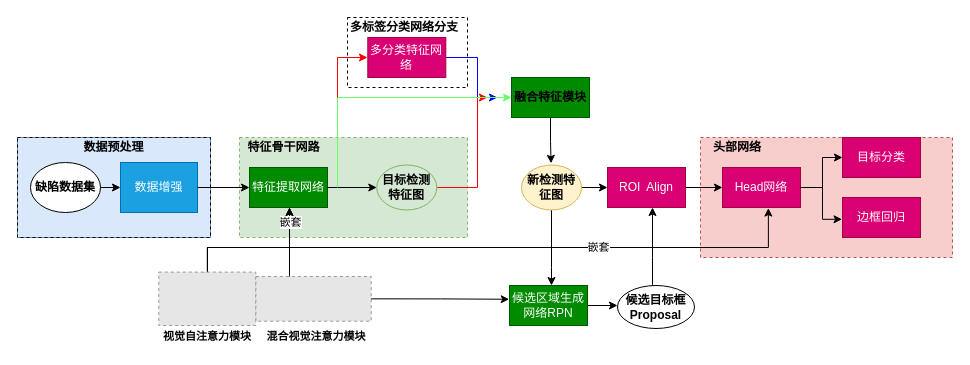
Before: 增加多分类任务的目标检测网络.drawio in paleblackless/diagrams, a draw.io diagram. Source tidied: cells renumbered, new cells numbered last; positions are measured from the earlier drawing's top-left corner, leaving out a move shared by most shapes. Both pictures are drawn from the tidied source at 100%, with x=0, y=0 at pixel (17, 17). Pictures stored in the file or linked from it are replaced by grey dashed boxes.
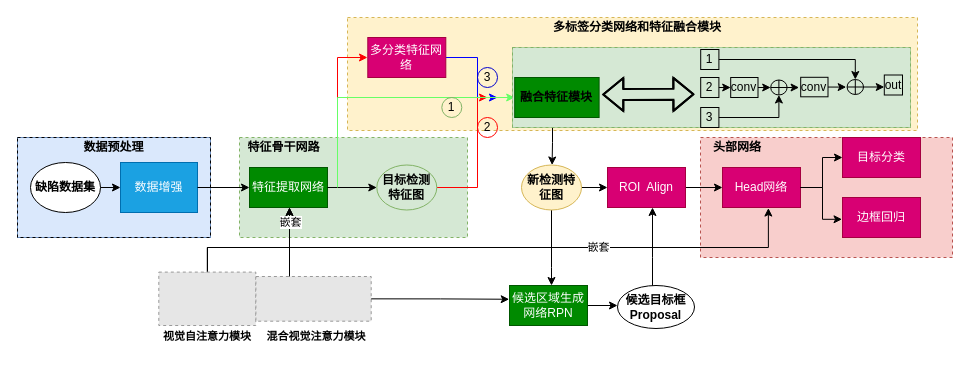
The same diagram, later.

Commit message (it also covers changes not shown here):
更新增加多分类任务的目标检测网络.drawio

The change refers to these unchanged cells:
```xml
<mxCell id="45" value="&lt;b&gt;新检测特征图&lt;/b&gt;" style="ellipse;whiteSpace=wrap;html=1;fillColor=#fff2cc;strokeColor=#d6b656;" parent="1" vertex="1">
  <mxGeometry x="504" y="147.5" width="60" height="45" as="geometry" />
</mxCell>
```

What changed in the source:
```diff
@@
-    <mxCell id="3" style="rounded=0;whiteSpace=wrap;html=1;dashed=1;fillColor=none;" parent="1" vertex="1">
-      <mxGeometry x="330" width="120" height="70" as="geometry" />
+    <mxCell id="3" style="rounded=0;whiteSpace=wrap;html=1;dashed=1;fillColor=#fff2cc;strokeColor=#d6b656;" parent="1" vertex="1">
+      <mxGeometry x="330" width="570" height="113" as="geometry" />
     </mxCell>
-    <mxCell id="4" value="&lt;b&gt;多标签分类网络分支&lt;/b&gt;" style="text;html=1;strokeColor=none;fillColor=none;align=center;verticalAlign=middle;whiteSpace=wrap;rounded=0;dashed=1;" parent="1" vertex="1">
-      <mxGeometry x="330" width="114.3" height="20" as="geometry" />
+    <mxCell id="4" value="&lt;b&gt;多标签分类网络和特征融合模块&lt;/b&gt;" style="text;html=1;strokeColor=none;fillColor=none;align=center;verticalAlign=middle;whiteSpace=wrap;rounded=0;dashed=1;" parent="1" vertex="1">
+      <mxGeometry x="530" width="180" height="20" as="geometry" />
     </mxCell>
@@
-    <mxCell id="46" style="edgeStyle=orthogonalEdgeStyle;rounded=0;jettySize=auto;html=1;exitX=0.5;exitY=1;exitDx=0;exitDy=0;entryX=0.493;entryY=-0.038;entryDx=0;entryDy=0;entryPerimeter=0;" parent="1" edge="1" source="47" target="45">
-      <mxGeometry relative="1" as="geometry" />
+    <mxCell id="46" style="edgeStyle=orthogonalEdgeStyle;rounded=0;jettySize=auto;html=1;exitX=0.512;exitY=1.011;exitDx=0;exitDy=0;entryX=0.493;entryY=-0.038;entryDx=0;entryDy=0;entryPerimeter=0;exitPerimeter=0;" parent="1" edge="1" source="47">
+      <mxGeometry relative="1" as="geometry">
+        <mxPoint x="534.6" y="147.5" as="targetPoint" />
+        <Array as="points">
+          <mxPoint x="535" y="100" />
+          <mxPoint x="535" y="125" />
+          <mxPoint x="535" y="125" />
+        </Array>
+      </mxGeometry>
     </mxCell>
-    <mxCell id="47" value="&lt;b style=&quot;color: rgb(0, 0, 0);&quot;&gt;融合特征模块&lt;/b&gt;" style="rounded=0;whiteSpace=wrap;html=1;fillColor=#008a00;fontColor=#ffffff;strokeColor=#005700;" parent="1" vertex="1">
-      <mxGeometry x="494" y="60" width="78" height="40" as="geometry" />
-    </mxCell>
@@
+    <mxCell id="50" value="1" style="ellipse;whiteSpace=wrap;html=1;fillColor=none;strokeColor=#82b366;" parent="1" vertex="1">
+      <mxGeometry x="424.3" y="80" width="20" height="20" as="geometry" />
+    </mxCell>
+    <mxCell id="51" value="2" style="ellipse;whiteSpace=wrap;html=1;fillColor=none;strokeColor=#FF0000;" parent="1" vertex="1">
+      <mxGeometry x="460" y="100" width="20" height="20" as="geometry" />
+    </mxCell>
+    <mxCell id="52" value="3" style="ellipse;whiteSpace=wrap;html=1;fillColor=none;strokeColor=#0000CC;" parent="1" vertex="1">
+      <mxGeometry x="460" y="50" width="20" height="20" as="geometry" />
+    </mxCell>
+    <mxCell id="53" style="group;fillColor=#d5e8d4;strokeColor=#82b366;" parent="1" vertex="1">
+      <mxGeometry x="495" y="30" width="398" height="80" as="geometry" />
+    </mxCell>
+    <mxCell id="54" style="rounded=0;whiteSpace=wrap;html=1;dashed=1;fillColor=#d5e8d4;strokeColor=#82b366;" parent="53" vertex="1">
+      <mxGeometry width="398" height="80" as="geometry" />
+    </mxCell>
+    <mxCell id="47" value="&lt;b style=&quot;color: rgb(0, 0, 0);&quot;&gt;融合特征模块&lt;/b&gt;" style="rounded=0;whiteSpace=wrap;html=1;fillColor=#008a00;fontColor=#ffffff;strokeColor=#005700;" parent="53" vertex="1">
+      <mxGeometry x="2.2" y="30" width="84.4" height="40" as="geometry" />
+    </mxCell>
+    <mxCell id="55" style="group;" parent="53" vertex="1">
+      <mxGeometry x="188.2" y="2" width="201.8" height="78" as="geometry" />
+    </mxCell>
+    <mxCell id="56" value="2" style="rounded=0;whiteSpace=wrap;html=1;strokeColor=#000000;fillColor=none;" parent="55" vertex="1">
+      <mxGeometry y="28" width="18.2" height="20" as="geometry" />
+    </mxCell>
+    <mxCell id="57" value="1" style="rounded=0;whiteSpace=wrap;html=1;strokeColor=#000000;fillColor=none;" parent="55" vertex="1">
+      <mxGeometry width="18.2" height="20" as="geometry" />
+    </mxCell>
+    <mxCell id="58" value="3" style="rounded=0;whiteSpace=wrap;html=1;strokeColor=#000000;fillColor=none;" parent="55" vertex="1">
+      <mxGeometry y="58" width="18.2" height="20" as="geometry" />
+    </mxCell>
+    <mxCell id="59" style="verticalLabelPosition=bottom;verticalAlign=top;html=1;shape=mxgraph.flowchart.summing_function;strokeColor=#000000;fillColor=none;" parent="55" vertex="1">
+      <mxGeometry x="146.4" y="30" width="16.4" height="15" as="geometry" />
+    </mxCell>
+    <mxCell id="60" style="edgeStyle=orthogonalEdgeStyle;rounded=0;jettySize=auto;html=1;exitX=1;exitY=0.5;exitDx=0;exitDy=0;entryX=0.5;entryY=0;entryDx=0;entryDy=0;entryPerimeter=0;strokeColor=#000000;" parent="55" edge="1" source="57" target="59">
+      <mxGeometry relative="1" as="geometry" />
+    </mxCell>
+    <mxCell id="61" style="verticalLabelPosition=bottom;verticalAlign=top;html=1;shape=mxgraph.flowchart.summing_function;strokeColor=#000000;fillColor=none;" parent="55" vertex="1">
+      <mxGeometry x="70" y="30.5" width="16.4" height="15" as="geometry" />
+    </mxCell>
+    <mxCell id="62" style="edgeStyle=orthogonalEdgeStyle;rounded=0;jettySize=auto;html=1;exitX=1;exitY=0.5;exitDx=0;exitDy=0;strokeColor=#000000;entryX=0.5;entryY=1;entryDx=0;entryDy=0;entryPerimeter=0;" parent="55" edge="1" source="58" target="61">
+      <mxGeometry relative="1" as="geometry">
+        <Array as="points">
+          <mxPoint x="78.2" y="68" />
+        </Array>
+      </mxGeometry>
+    </mxCell>
+    <mxCell id="63" style="edgeStyle=orthogonalEdgeStyle;rounded=0;jettySize=auto;html=1;exitX=1;exitY=0.5;exitDx=0;exitDy=0;entryX=0;entryY=0.5;entryDx=0;entryDy=0;entryPerimeter=0;strokeColor=#000000;" parent="55" edge="1" source="64" target="61">
+      <mxGeometry relative="1" as="geometry" />
+    </mxCell>
+    <mxCell id="64" value="conv" style="rounded=0;whiteSpace=wrap;html=1;strokeColor=#000000;fillColor=none;" parent="55" vertex="1">
+      <mxGeometry x="30" y="28" width="27.3" height="20" as="geometry" />
+    </mxCell>
+    <mxCell id="65" style="edgeStyle=orthogonalEdgeStyle;rounded=0;jettySize=auto;html=1;exitX=1;exitY=0.5;exitDx=0;exitDy=0;entryX=0;entryY=0.5;entryDx=0;entryDy=0;strokeColor=#000000;" parent="55" edge="1" source="56" target="64">
+      <mxGeometry relative="1" as="geometry" />
+    </mxCell>
+    <mxCell id="66" value="out" style="rounded=0;whiteSpace=wrap;html=1;strokeColor=#000000;fillColor=none;" parent="55" vertex="1">
+      <mxGeometry x="183.6" y="25.5" width="18.2" height="20" as="geometry" />
+    </mxCell>
+    <mxCell id="67" style="edgeStyle=orthogonalEdgeStyle;rounded=0;jettySize=auto;html=1;exitX=1;exitY=0.5;exitDx=0;exitDy=0;exitPerimeter=0;entryX=0;entryY=0.605;entryDx=0;entryDy=0;entryPerimeter=0;strokeColor=#000000;" parent="55" edge="1" source="59" target="66">
+      <mxGeometry relative="1" as="geometry" />
+    </mxCell>
+    <mxCell id="68" style="edgeStyle=orthogonalEdgeStyle;rounded=0;jettySize=auto;html=1;exitX=1;exitY=0.5;exitDx=0;exitDy=0;strokeColor=#000000;" parent="55" edge="1" source="69">
+      <mxGeometry relative="1" as="geometry">
+        <mxPoint x="145.5" y="37.5" as="targetPoint" />
+      </mxGeometry>
+    </mxCell>
+    <mxCell id="69" value="conv" style="rounded=0;whiteSpace=wrap;html=1;strokeColor=#000000;fillColor=none;" parent="55" vertex="1">
+      <mxGeometry x="100" y="27.8" width="27.3" height="19.5" as="geometry" />
+    </mxCell>
+    <mxCell id="70" style="edgeStyle=orthogonalEdgeStyle;rounded=0;jettySize=auto;html=1;exitX=1;exitY=0.5;exitDx=0;exitDy=0;exitPerimeter=0;entryX=-0.057;entryY=0.541;entryDx=0;entryDy=0;entryPerimeter=0;strokeColor=#000000;" parent="55" edge="1" source="61" target="69">
+      <mxGeometry relative="1" as="geometry" />
+    </mxCell>
+    <mxCell id="71" style="shape=flexArrow;endArrow=classic;startArrow=classic;html=1;rounded=0;fontSize=5;strokeColor=#000000;strokeWidth=2;entryX=0.457;entryY=0.585;entryDx=0;entryDy=0;entryPerimeter=0;" parent="53" edge="1" target="54">
+      <mxGeometry relative="1" as="geometry">
+        <mxPoint x="89.8" y="47" as="sourcePoint" />
+        <Array as="points">
+          <mxPoint x="111.4" y="47" />
+        </Array>
+      </mxGeometry>
+    </mxCell>
```
